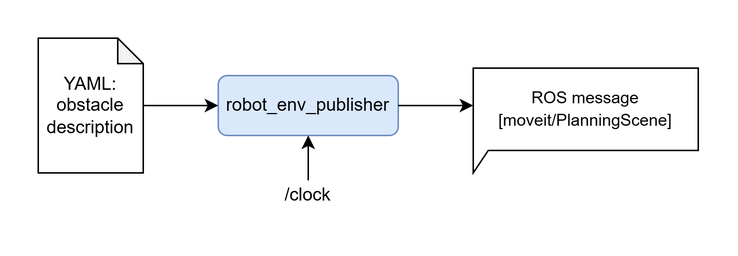
The draw.io diagram image/README_1.drawio.png in hwyao/robot_env_publisher, before a commit. Source tidied: cells renumbered, new cells last; positions are measured from the earlier drawing's top-left corner, leaving out a move shared by most shapes. The source it was exported from:
```xml
<mxGraphModel>
  <root>
    <mxCell id="0" />
    <mxCell id="1" parent="0" />
    <mxCell id="2" value="robot_env_publisher" style="rounded=1;whiteSpace=wrap;html=1;fillColor=#dae8fc;strokeColor=#6c8ebf;" parent="1" vertex="1">
      <mxGeometry x="120" y="25" width="120" height="40" as="geometry" />
    </mxCell>
    <mxCell id="3" style="edgeStyle=orthogonalEdgeStyle;rounded=0;jettySize=auto;html=1;entryX=0;entryY=0.5;entryDx=0;entryDy=0;" parent="1" edge="1" source="4" target="2">
      <mxGeometry relative="1" as="geometry" />
    </mxCell>
    <mxCell id="4" value="YAML:&lt;div&gt;obstacle description&lt;/div&gt;" style="shape=note;whiteSpace=wrap;html=1;backgroundOutline=1;darkOpacity=0.05;size=17;" parent="1" vertex="1">
      <mxGeometry width="70" height="90" as="geometry" />
    </mxCell>
    <mxCell id="5" value="&lt;font style=&quot;font-size: 11px;&quot;&gt;ROS message [moveit/PlanningScene]&lt;/font&gt;" style="shape=callout;whiteSpace=wrap;html=1;perimeter=calloutPerimeter;size=15;position=0;base=10;position2=0;align=center;" parent="1" vertex="1">
      <mxGeometry x="290" y="20" width="150" height="70" as="geometry" />
    </mxCell>
    <mxCell id="6" style="edgeStyle=orthogonalEdgeStyle;rounded=0;jettySize=auto;html=1;exitX=1;exitY=0.5;exitDx=0;exitDy=0;entryX=0;entryY=0;entryDx=0;entryDy=25;entryPerimeter=0;" parent="1" edge="1" source="2" target="5">
      <mxGeometry relative="1" as="geometry" />
    </mxCell>
    <mxCell id="7" style="endArrow=classic;html=1;rounded=0;entryX=0.5;entryY=1;entryDx=0;entryDy=0;" parent="1" edge="1" target="2">
      <mxGeometry relative="1" as="geometry">
        <mxPoint x="180" y="95" as="sourcePoint" />
      </mxGeometry>
    </mxCell>
    <mxCell id="8" value="/clock" style="text;html=1;align=center;verticalAlign=middle;whiteSpace=wrap;rounded=0;" parent="1" vertex="1">
      <mxGeometry x="150" y="90" width="60" height="30" as="geometry" />
    </mxCell>
  </root>
</mxGraphModel>
```
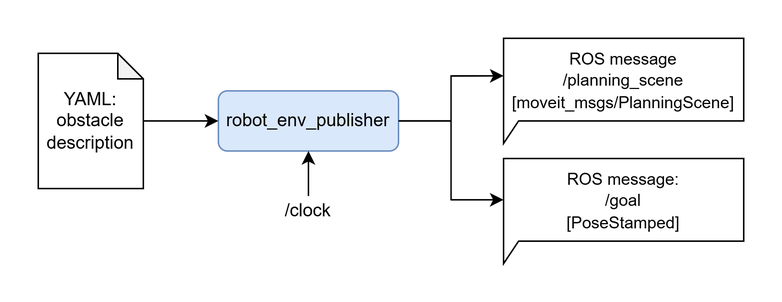
After the change.

Commit message:
Update README_1.drawio.png with new visual content

Diff of the diagram source:
```diff
@@ -11,8 +11,8 @@
     <mxCell id="4" value="YAML:&lt;div&gt;obstacle description&lt;/div&gt;" style="shape=note;whiteSpace=wrap;html=1;backgroundOutline=1;darkOpacity=0.05;size=17;" parent="1" vertex="1">
       <mxGeometry width="70" height="90" as="geometry" />
     </mxCell>
-    <mxCell id="5" value="&lt;font style=&quot;font-size: 11px;&quot;&gt;ROS message [moveit/PlanningScene]&lt;/font&gt;" style="shape=callout;whiteSpace=wrap;html=1;perimeter=calloutPerimeter;size=15;position=0;base=10;position2=0;align=center;" parent="1" vertex="1">
-      <mxGeometry x="290" y="20" width="150" height="70" as="geometry" />
+    <mxCell id="5" value="&lt;font style=&quot;font-size: 11px;&quot;&gt;ROS message &lt;br&gt;/planning_scene [moveit_msgs/PlanningScene]&lt;/font&gt;" style="shape=callout;whiteSpace=wrap;html=1;perimeter=calloutPerimeter;size=15;position=0;base=10;position2=0;align=center;" parent="1" vertex="1">
+      <mxGeometry x="310" y="-10" width="160" height="70" as="geometry" />
     </mxCell>
     <mxCell id="6" style="edgeStyle=orthogonalEdgeStyle;rounded=0;jettySize=auto;html=1;exitX=1;exitY=0.5;exitDx=0;exitDy=0;entryX=0;entryY=0;entryDx=0;entryDy=25;entryPerimeter=0;" parent="1" edge="1" source="2" target="5">
       <mxGeometry relative="1" as="geometry" />
@@ -25,5 +25,11 @@
     <mxCell id="8" value="/clock" style="text;html=1;align=center;verticalAlign=middle;whiteSpace=wrap;rounded=0;" parent="1" vertex="1">
       <mxGeometry x="150" y="90" width="60" height="30" as="geometry" />
     </mxCell>
+    <mxCell id="9" value="&lt;font style=&quot;font-size: 11px;&quot;&gt;ROS message:&lt;br&gt;/goal&lt;br&gt;[PoseStamped]&lt;/font&gt;" style="shape=callout;whiteSpace=wrap;html=1;perimeter=calloutPerimeter;size=15;position=0;base=10;position2=0;align=center;" parent="1" vertex="1">
+      <mxGeometry x="310" y="70" width="160" height="70" as="geometry" />
+    </mxCell>
+    <mxCell id="10" style="edgeStyle=orthogonalEdgeStyle;rounded=0;jettySize=auto;html=1;exitX=1;exitY=0.5;exitDx=0;exitDy=0;entryX=0;entryY=0;entryDx=0;entryDy=27.5;entryPerimeter=0;" parent="1" edge="1" source="2" target="9">
+      <mxGeometry relative="1" as="geometry" />
+    </mxCell>
   </root>
 </mxGraphModel>
```
